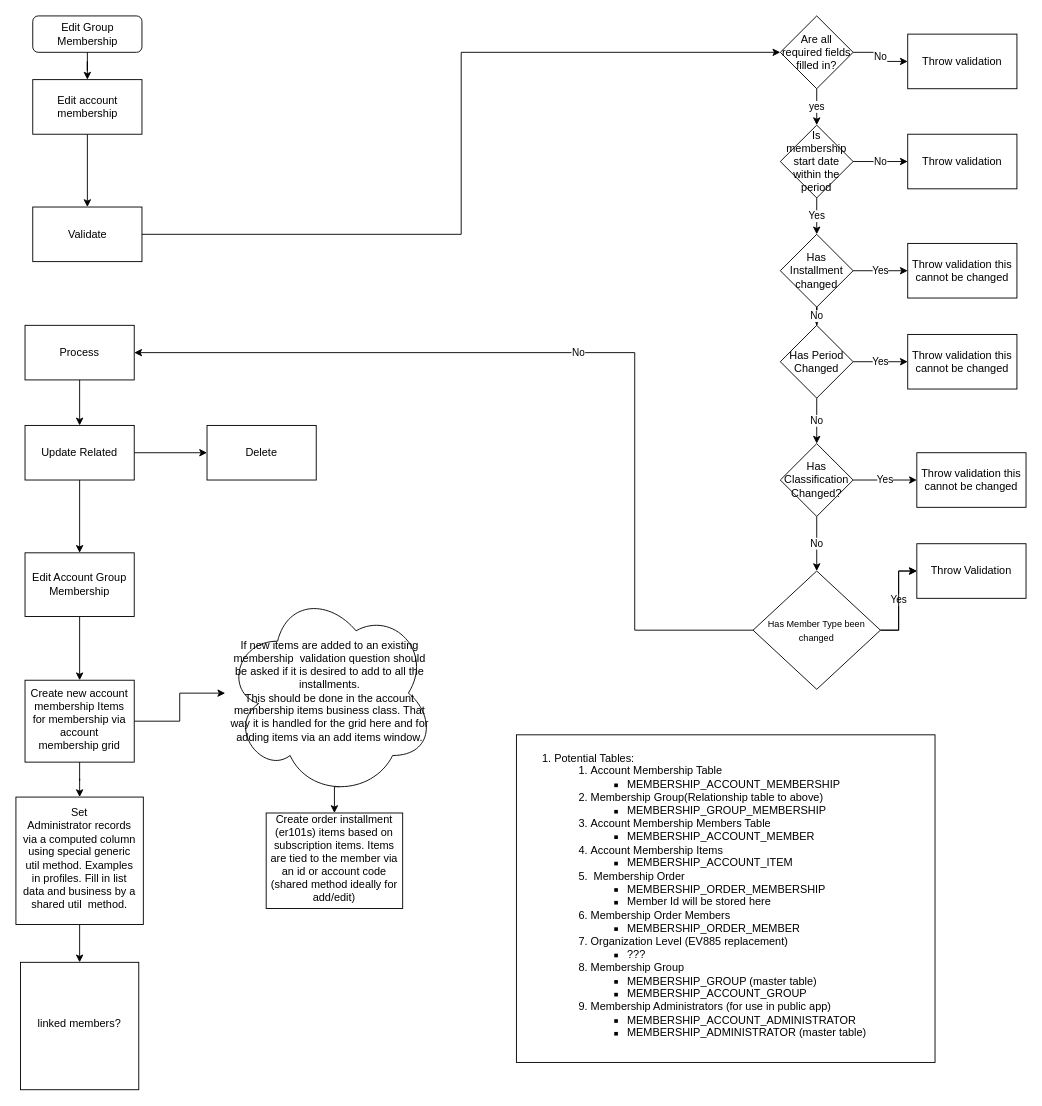
shelbyharris/Membership keeps this draw.io diagram as MembershipEditGroupWorkflow.drawio. Above is the earlier version. Source tidied: cells renumbered, new cells numbered last; positions are measured from the earlier drawing's top-left corner, leaving out a move shared by most shapes. Both pictures are drawn from the tidied source at 91%, with x=0, y=0 at pixel (15, 15).
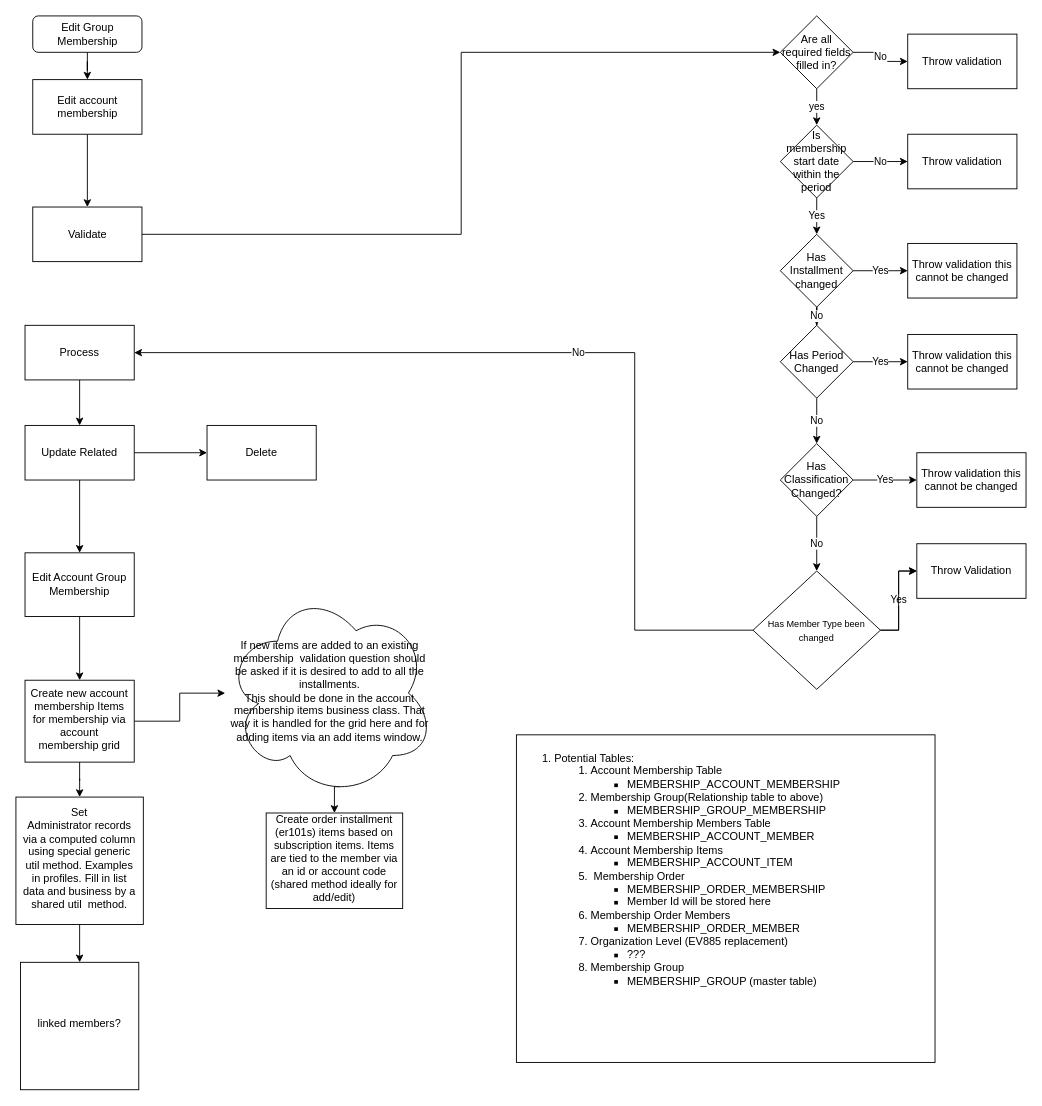
The same diagram, later.

Change to the diagram source:
```diff
@@
-    <mxCell id="50" value="&lt;ol&gt;&lt;li&gt;Potential Tables:&lt;br&gt;&lt;ol&gt;&lt;li&gt;Account Membership Table&lt;br&gt;&lt;/li&gt;&lt;ul&gt;&lt;li&gt;MEMBERSHIP_ACCOUNT_MEMBERSHIP&lt;/li&gt;&lt;/ul&gt;&lt;li&gt;Membership Group(Relationship table to above)&lt;/li&gt;&lt;ul&gt;&lt;li&gt;MEMBERSHIP_GROUP_MEMBERSHIP&lt;/li&gt;&lt;/ul&gt;&lt;li&gt;Account Membership Members Table&lt;/li&gt;&lt;ul&gt;&lt;li&gt;MEMBERSHIP_ACCOUNT_MEMBER&lt;/li&gt;&lt;/ul&gt;&lt;li&gt;Account Membership Items&lt;/li&gt;&lt;ul&gt;&lt;li&gt;MEMBERSHIP_ACCOUNT_ITEM&lt;/li&gt;&lt;/ul&gt;&lt;li&gt;&amp;nbsp;Membership Order&lt;/li&gt;&lt;ul&gt;&lt;li&gt;MEMBERSHIP_ORDER_MEMBERSHIP&lt;/li&gt;&lt;li&gt;Member Id will be stored here&lt;/li&gt;&lt;/ul&gt;&lt;li&gt;Membership Order Members&lt;/li&gt;&lt;ul&gt;&lt;li&gt;MEMBERSHIP_ORDER_MEMBER&lt;/li&gt;&lt;/ul&gt;&lt;li&gt;Organization Level (EV885 replacement)&lt;/li&gt;&lt;ul&gt;&lt;li&gt;???&lt;/li&gt;&lt;/ul&gt;&lt;li&gt;Membership Group&lt;/li&gt;&lt;ul&gt;&lt;li&gt;MEMBERSHIP_GROUP (master table)&lt;/li&gt;&lt;li&gt;MEMBERSHIP_ACCOUNT_GROUP&lt;/li&gt;&lt;/ul&gt;&lt;li&gt;Membership Administrators (for use in public app)&lt;/li&gt;&lt;ul&gt;&lt;li&gt;MEMBERSHIP_ACCOUNT_ADMINISTRATOR&lt;/li&gt;&lt;li&gt;MEMBERSHIP_ADMINISTRATOR (master table)&lt;/li&gt;&lt;/ul&gt;&lt;/ol&gt;&lt;/li&gt;&lt;/ol&gt;" style="rounded=0;whiteSpace=wrap;html=1;align=left;horizontal=1;verticalAlign=top;" parent="1" vertex="1">
+    <mxCell id="50" value="&lt;ol&gt;&lt;li&gt;Potential Tables:&lt;br&gt;&lt;ol&gt;&lt;li&gt;Account Membership Table&lt;br&gt;&lt;/li&gt;&lt;ul&gt;&lt;li&gt;MEMBERSHIP_ACCOUNT_MEMBERSHIP&lt;/li&gt;&lt;/ul&gt;&lt;li&gt;Membership Group(Relationship table to above)&lt;/li&gt;&lt;ul&gt;&lt;li&gt;MEMBERSHIP_GROUP_MEMBERSHIP&lt;/li&gt;&lt;/ul&gt;&lt;li&gt;Account Membership Members Table&lt;/li&gt;&lt;ul&gt;&lt;li&gt;MEMBERSHIP_ACCOUNT_MEMBER&lt;/li&gt;&lt;/ul&gt;&lt;li&gt;Account Membership Items&lt;/li&gt;&lt;ul&gt;&lt;li&gt;MEMBERSHIP_ACCOUNT_ITEM&lt;/li&gt;&lt;/ul&gt;&lt;li&gt;&amp;nbsp;Membership Order&lt;/li&gt;&lt;ul&gt;&lt;li&gt;MEMBERSHIP_ORDER_MEMBERSHIP&lt;/li&gt;&lt;li&gt;Member Id will be stored here&lt;/li&gt;&lt;/ul&gt;&lt;li&gt;Membership Order Members&lt;/li&gt;&lt;ul&gt;&lt;li&gt;MEMBERSHIP_ORDER_MEMBER&lt;/li&gt;&lt;/ul&gt;&lt;li&gt;Organization Level (EV885 replacement)&lt;/li&gt;&lt;ul&gt;&lt;li&gt;???&lt;/li&gt;&lt;/ul&gt;&lt;li&gt;Membership Group&lt;/li&gt;&lt;ul&gt;&lt;li&gt;MEMBERSHIP_GROUP (master table)&lt;/li&gt;&lt;/ul&gt;&lt;/ol&gt;&lt;/li&gt;&lt;/ol&gt;" style="rounded=0;whiteSpace=wrap;html=1;align=left;horizontal=1;verticalAlign=top;" parent="1" vertex="1">
       <mxGeometry x="550" y="790" width="460" height="360" as="geometry" />
     </mxCell>
```
